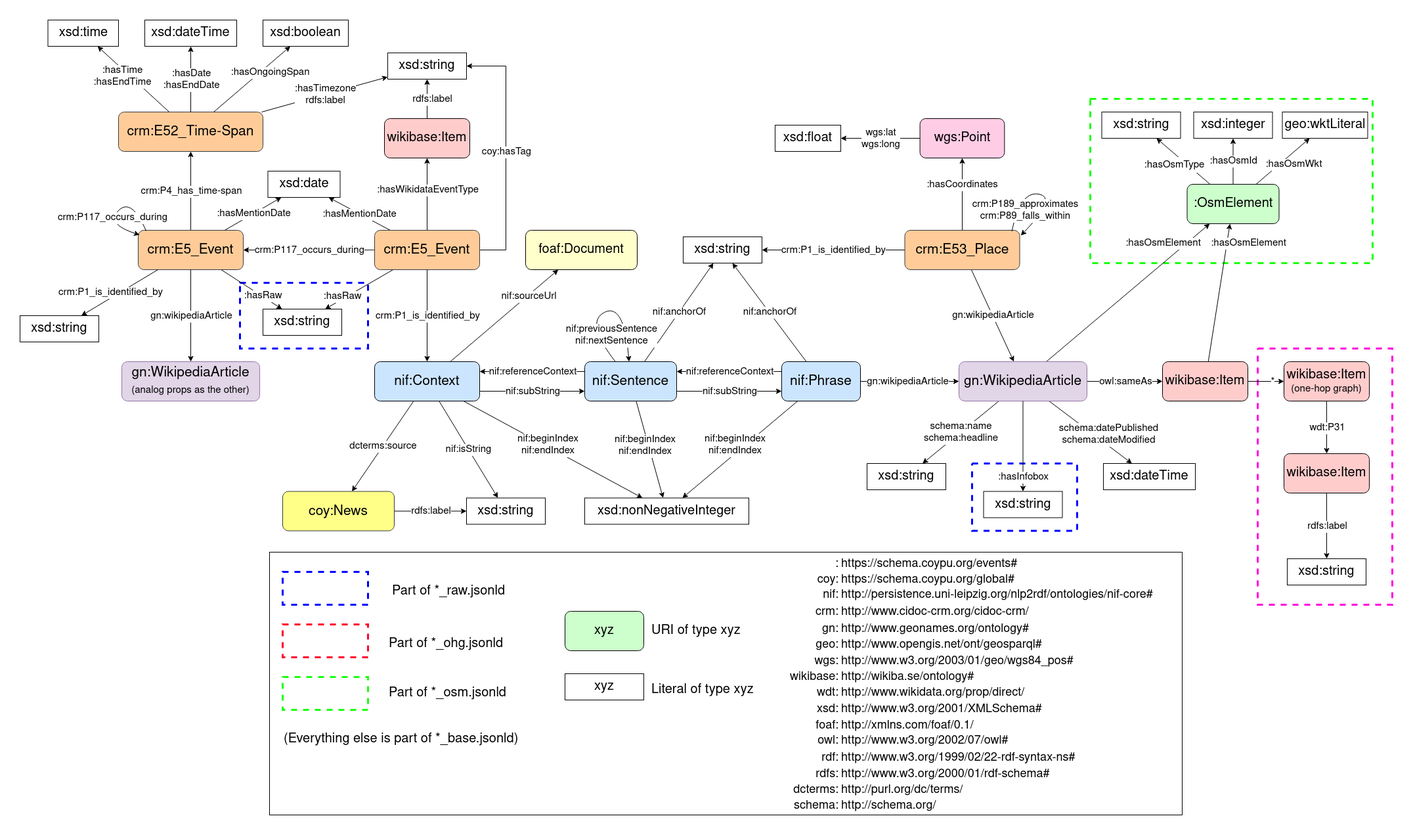
This is docs/Schema.drawio.png from semantic-systems/current-events-to-kg, a draw.io export, as it was before one commit. Source tidied: cells renumbered, new cells last; positions are measured from the earlier drawing's top-left corner, leaving out a move shared by most shapes.
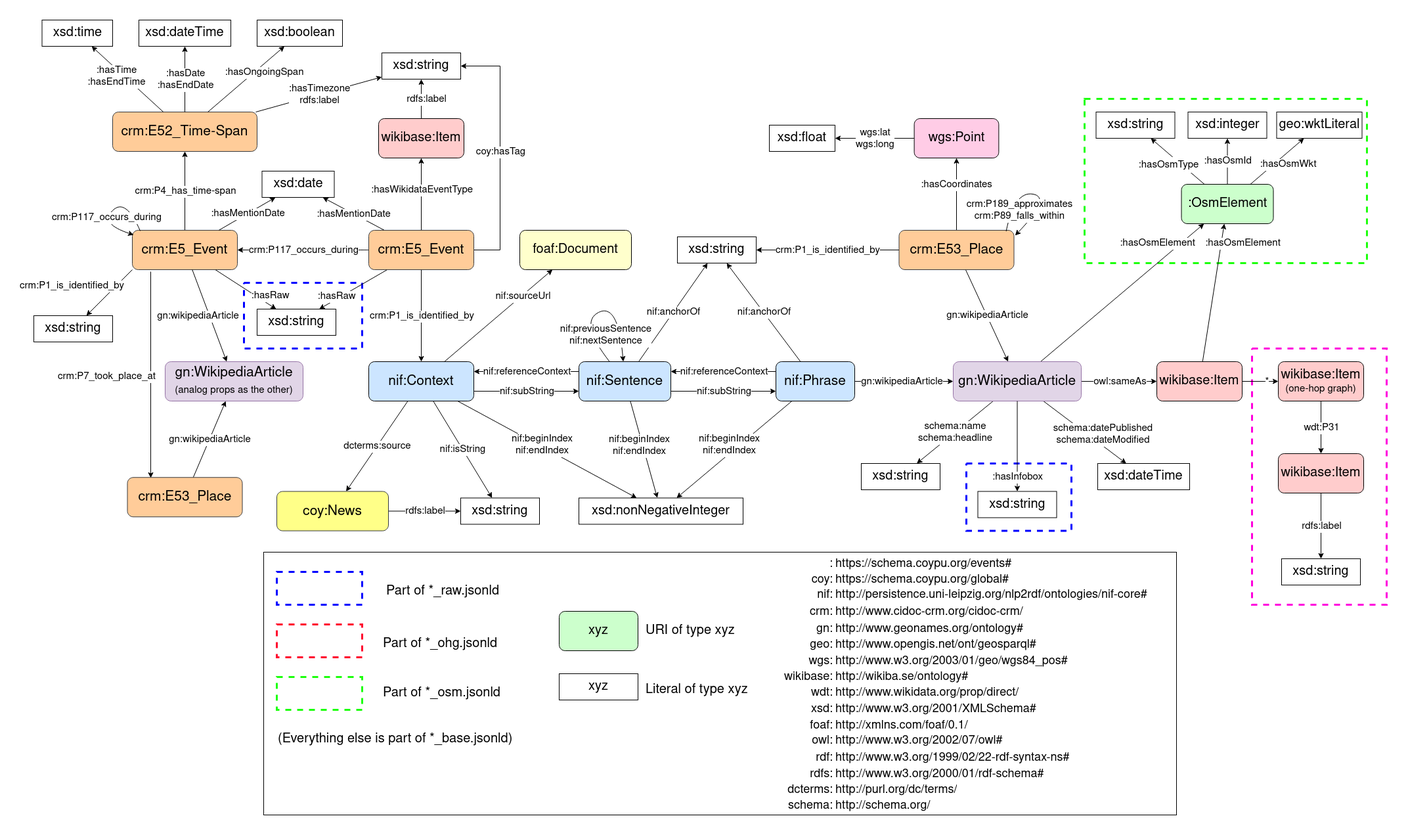
After the commit.

Commit message:
rdf output fix

The edit, as a diff of the source:
```diff
@@ -9,7 +9,7 @@
       <mxGeometry x="1467.5" y="717.5" width="120" height="40" as="geometry" />
     </mxCell>
     <mxCell id="4" style="rounded=0;whiteSpace=wrap;html=1;fillColor=none;dashed=1;strokeColor=#0000FF;strokeWidth=3;" parent="1" vertex="1">
-      <mxGeometry x="335" y="400" width="195" height="100" as="geometry" />
+      <mxGeometry x="350" y="400" width="180" height="100" as="geometry" />
     </mxCell>
     <mxCell id="5" style="edgeStyle=none;rounded=0;jettySize=auto;html=1;fontFamily=Helvetica;fontSize=15;fontColor=default;endArrow=classic;endFill=1;" parent="1" edge="1" source="192" target="131">
       <mxGeometry relative="1" as="geometry" />
@@ -24,7 +24,7 @@
     </mxCell>
     <mxCell id="8" value="&lt;div&gt;:hasRaw&lt;br&gt;&lt;/div&gt;" style="edgeLabel;html=1;align=center;verticalAlign=middle;fontSize=15;fontFamily=Helvetica;fontColor=default;" parent="7" vertex="1">
       <mxGeometry relative="1" as="geometry">
-        <mxPoint x="17" y="10" as="offset" />
+        <mxPoint x="37" y="10" as="offset" />
       </mxGeometry>
     </mxCell>
     <mxCell id="9" style="rounded=0;whiteSpace=wrap;html=1;fillColor=none;dashed=1;strokeColor=#1DFF0D;strokeWidth=3;" parent="1" vertex="1">
@@ -495,6 +495,14 @@
     <mxCell id="155" value="crm:P4_has_time-span" style="edgeLabel;html=1;align=center;verticalAlign=middle;fontSize=15;" parent="154" vertex="1">
       <mxGeometry relative="1" as="geometry" />
     </mxCell>
+    <mxCell id="198" style="edgeStyle=orthogonalEdgeStyle;rounded=0;jettySize=auto;html=1;entryX=0.203;entryY=0.013;entryDx=0;entryDy=0;exitX=0.175;exitY=1.05;exitDx=0;exitDy=0;exitPerimeter=0;entryPerimeter=0;" parent="1" edge="1" source="156" target="202">
+      <mxGeometry relative="1" as="geometry" />
+    </mxCell>
+    <mxCell id="199" value="&lt;font style=&quot;font-size: 15px;&quot;&gt;crm:P7_took_place_at&lt;/font&gt;" style="edgeLabel;html=1;align=center;verticalAlign=middle;" parent="198" vertex="1">
+      <mxGeometry x="-0.16" y="-1" relative="1" as="geometry">
+        <mxPoint x="-67" y="27" as="offset" />
+      </mxGeometry>
+    </mxCell>
     <mxCell id="156" value="&lt;div style=&quot;font-size: 21px;&quot;&gt;crm:E5_Event&lt;/div&gt;" style="rounded=1;whiteSpace=wrap;html=1;labelBackgroundColor=none;fontFamily=Helvetica;fontSize=15;fillColor=#ffcc99;strokeColor=#36393d;" parent="1" vertex="1">
       <mxGeometry x="180" y="320" width="160" height="60" as="geometry" />
     </mxCell>
@@ -589,23 +597,25 @@
       <mxGeometry x="1347.5" y="320" width="175" height="60" as="geometry" />
     </mxCell>
     <mxCell id="182" value="&lt;div&gt;gn:WikipediaArticle&lt;/div&gt;&lt;div&gt;&lt;font style=&quot;font-size: 15px;&quot;&gt;(analog props as the other)&lt;/font&gt;&lt;br&gt;&lt;/div&gt;" style="rounded=1;whiteSpace=wrap;html=1;labelBackgroundColor=none;fontFamily=Helvetica;fontSize=21;fillColor=#e1d5e7;strokeColor=#9673a6;" parent="1" vertex="1">
-      <mxGeometry x="155" y="520" width="210" height="60" as="geometry" />
+      <mxGeometry x="230" y="520" width="210" height="60" as="geometry" />
     </mxCell>
     <mxCell id="183" style="edgeStyle=none;rounded=0;jettySize=auto;html=1;fontSize=21;" parent="1" edge="1" source="156" target="182">
       <mxGeometry relative="1" as="geometry" />
     </mxCell>
     <mxCell id="184" value="gn:wikipediaArticle" style="edgeLabel;html=1;align=center;verticalAlign=middle;fontSize=15;" parent="183" vertex="1">
-      <mxGeometry relative="1" as="geometry" />
+      <mxGeometry relative="1" as="geometry">
+        <mxPoint x="-18" as="offset" />
+      </mxGeometry>
     </mxCell>
     <mxCell id="185" value="&lt;font style=&quot;font-size: 20px;&quot;&gt;xsd:string&lt;/font&gt;" style="rounded=0;whiteSpace=wrap;html=1;labelBackgroundColor=default;fontFamily=Helvetica;fontSize=15;fontColor=default;fillColor=none;gradientColor=none;" parent="1" vertex="1">
-      <mxGeometry y="450" width="120" height="40" as="geometry" />
+      <mxGeometry x="30" y="450" width="120" height="40" as="geometry" />
     </mxCell>
-    <mxCell id="186" style="edgeStyle=none;rounded=0;jettySize=auto;html=1;fontSize=15;" parent="1" edge="1" source="156" target="185">
+    <mxCell id="186" style="edgeStyle=none;rounded=0;jettySize=auto;html=1;fontSize=15;exitX=0;exitY=1;exitDx=0;exitDy=0;" parent="1" edge="1" source="156" target="185">
       <mxGeometry relative="1" as="geometry" />
     </mxCell>
     <mxCell id="187" value="crm:P1_is_identified_by" style="edgeLabel;html=1;align=center;verticalAlign=middle;fontSize=15;" parent="186" vertex="1">
       <mxGeometry relative="1" as="geometry">
-        <mxPoint x="-14" as="offset" />
+        <mxPoint x="-58" y="-10" as="offset" />
       </mxGeometry>
     </mxCell>
     <mxCell id="188" style="edgeStyle=none;rounded=0;jettySize=auto;html=1;fontSize=21;" parent="1" edge="1" source="192" target="20">
@@ -658,5 +668,14 @@
         <mxPoint x="1" y="20" as="offset" />
       </mxGeometry>
     </mxCell>
+    <mxCell id="200" style="edgeStyle=none;rounded=0;jettySize=auto;html=1;fontSize=21;" parent="1" edge="1" source="202" target="182">
+      <mxGeometry relative="1" as="geometry" />
+    </mxCell>
+    <mxCell id="201" value="gn:wikipediaArticle" style="edgeLabel;html=1;align=center;verticalAlign=middle;fontSize=15;" parent="200" vertex="1">
+      <mxGeometry relative="1" as="geometry" />
+    </mxCell>
+    <mxCell id="202" value="&lt;div style=&quot;&quot;&gt;&lt;font style=&quot;font-size: 21px;&quot;&gt;crm:E53_Place&lt;/font&gt;&lt;br&gt;&lt;/div&gt;" style="rounded=1;whiteSpace=wrap;html=1;labelBackgroundColor=none;fontFamily=Helvetica;fontSize=15;fillColor=#ffcc99;strokeColor=#36393d;" parent="1" vertex="1">
+      <mxGeometry x="172.5" y="696.2" width="175" height="60" as="geometry" />
+    </mxCell>
   </root>
 </mxGraphModel>
```
